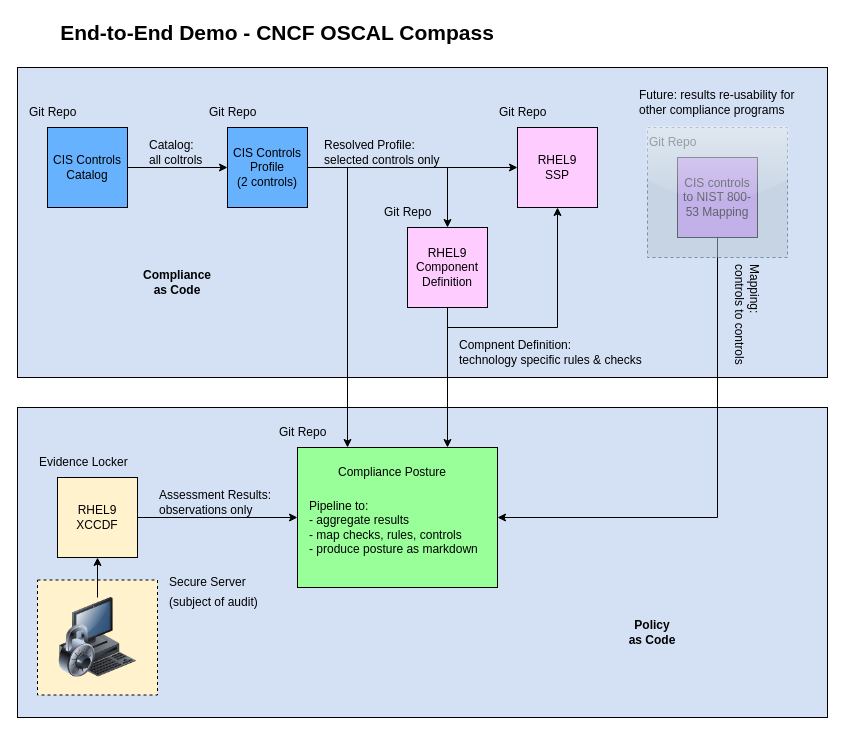
The draw.io diagram images/e2e-demo.drawio in oscal-compass/e2e-demo, before the edit. Source tidied: cells renumbered, new cells numbered last; positions are measured from the earlier drawing's top-left corner, leaving out a move shared by most shapes. Both pictures are drawn from the tidied source at 100%, with x=0, y=0 at pixel (17, 17).
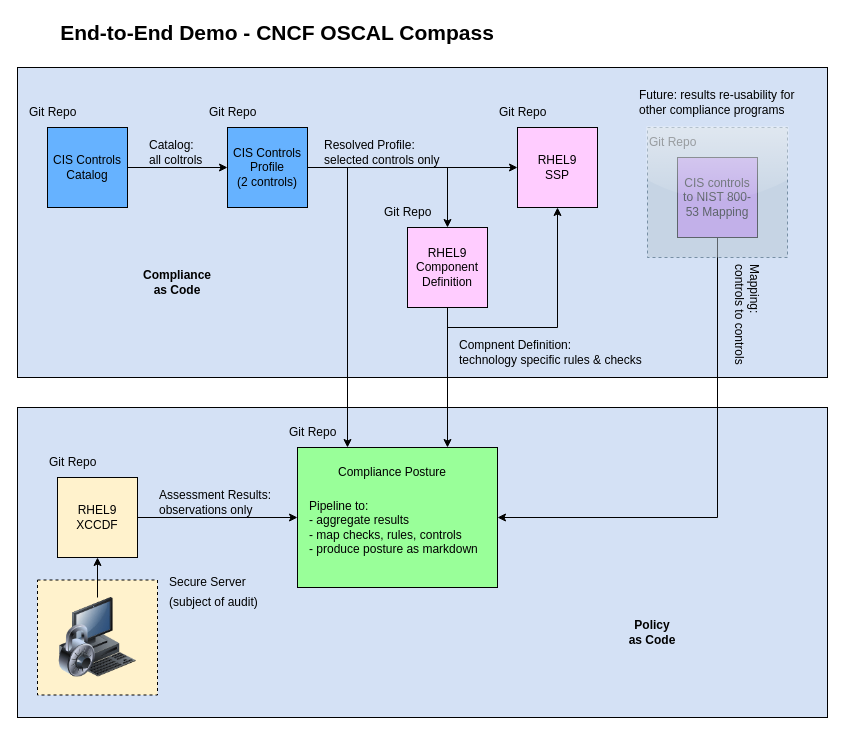
Above is the later version.

The edit, as a diff of the source:
```diff
@@
     <mxCell id="17" value="Git Repo" style="text;html=1;align=left;verticalAlign=middle;whiteSpace=wrap;rounded=0;" parent="1" vertex="1">
-      <mxGeometry x="260" y="400" width="60" height="30" as="geometry" />
+      <mxGeometry x="270" y="400" width="60" height="30" as="geometry" />
     </mxCell>
@@
-    <mxCell id="22" value="Evidence Locker" style="text;html=1;align=left;verticalAlign=middle;whiteSpace=wrap;rounded=0;" parent="1" vertex="1">
-      <mxGeometry x="20" y="430" width="100" height="30" as="geometry" />
-    </mxCell>
@@
+    <mxCell id="43" value="Git Repo" style="text;html=1;align=left;verticalAlign=middle;whiteSpace=wrap;rounded=0;" parent="1" vertex="1">
+      <mxGeometry x="30" y="430" width="60" height="30" as="geometry" />
+    </mxCell>
```
